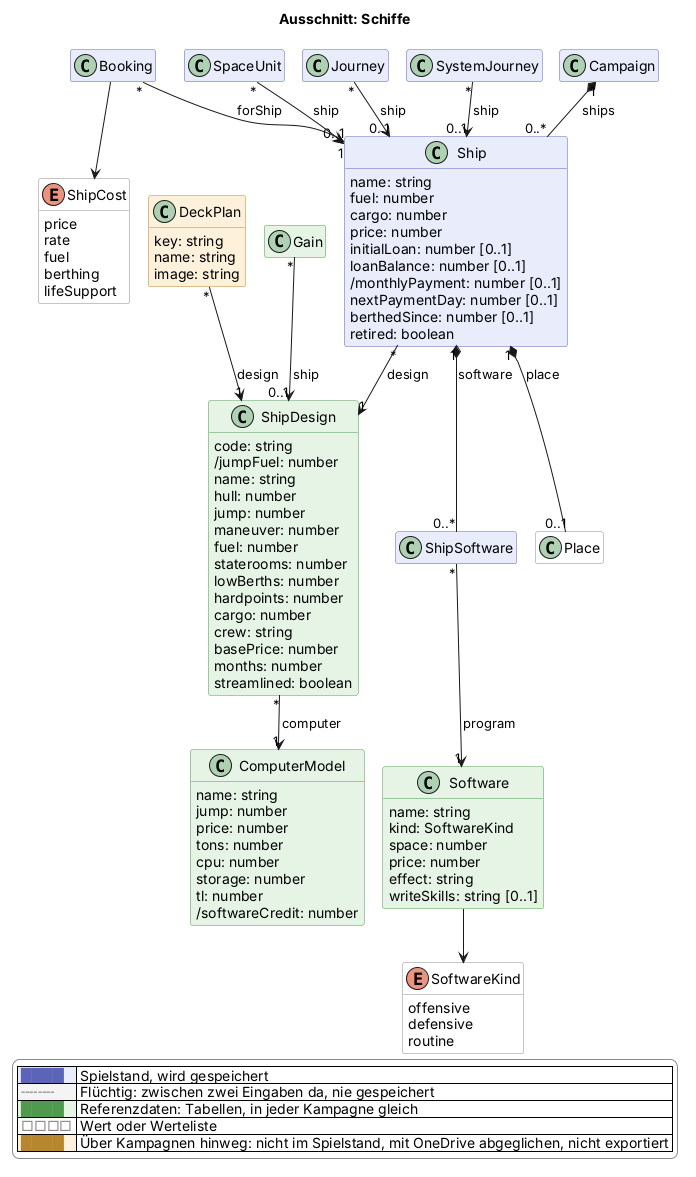
Above: docs/views/schiffe.png in scuzzar/SRE (PlantUML), before the change. Source of this version:
```plantuml
@startuml
!if %not(%variable_exists("$change"))
!$change = "*"
!endif
!function $marked($c)
!return $change == "*" || $change == $c
!endfunction
!function $new($c, $t)
!if $marked($c)
!return "<color:#d0021b><b>" + $t + "</b></color>"
!endif
!return $t
!endfunction
!procedure $gone($c, $t)
!if $marked($c)
<color:#d0021b><s>$t</s></color>
!endif
!endprocedure
!function $newClass($c)
!if $marked($c)
!return "#line:d0021b;line.bold"
!endif
!return ""
!endfunction
!function $newArrow($c)
!if $marked($c)
!return "[#d0021b,bold]"
!endif
!return ""
!endfunction
!function $goneArrow($c)
!if $marked($c)
!return "[#d0021b,dashed]"
!endif
!return ""
!endfunction
!pragma layout smetana
title Ausschnitt: Schiffe
hide empty members
hide methods
skinparam classAttributeIconSize 0
skinparam shadowing false
skinparam packageStyle rectangle
skinparam class {
  BackgroundColor #e8ecfb
  BorderColor #5b64b8
  BackgroundColor<<transient>> #f4f4f4
  BorderColor<<transient>> #8a8a8a
  BackgroundColor<<reference>> #e6f4e6
  BorderColor<<reference>> #4f9a4f
  BackgroundColor<<value>> #ffffff
  BorderColor<<value>> #8a8a8a
  BackgroundColor<<browser>> #fdf1dc
  BorderColor<<browser>> #b8862e
}
skinparam legendBackgroundColor #ffffff
skinparam legendBorderColor #8a8a8a
<style>
classDiagram {
  class {
    .transient {
      LineStyle 5-3
    }
  }
}
</style>
hide <<transient>> stereotype
hide <<reference>> stereotype
hide <<value>> stereotype
hide <<browser>> stereotype

  class Campaign $kampagne
  class Booking $shop

  class Ship $schiffe {
    name: string
    fuel: number
    cargo: number
    price: number
    initialLoan: number [0..1]
    loanBalance: number [0..1]
    /monthlyPayment: number [0..1]
    nextPaymentDay: number [0..1]
    berthedSince: number [0..1]
    retired: boolean
  }
  enum ShipCost <<value>> $schiffe {
    price
    rate
    fuel
    berthing
    lifeSupport
  }
  class ShipSoftware $schiffe {
  }
  class ShipDesign <<reference>> $schiffe {
    code: string
    /jumpFuel: number
    name: string
    hull: number
    jump: number
    maneuver: number
    fuel: number
    staterooms: number
    lowBerths: number
    hardpoints: number
    cargo: number
    crew: string
    basePrice: number
    months: number
    streamlined: boolean
  }
  class ComputerModel <<reference>> $schiffe {
    name: string
    jump: number
    price: number
    tons: number
    cpu: number
    storage: number
    tl: number
    /softwareCredit: number
  }
  class Software <<reference>> $schiffe {
    name: string
    kind: SoftwareKind
    space: number
    price: number
    effect: string
    writeSkills: string [0..1]
  }
  enum SoftwareKind <<value>> $schiffe {
    offensive
    defensive
    routine
  }
  class DeckPlan <<browser>> $schiffe {
    key: string
    name: string
    image: string
  }

  class SpaceUnit $raum





  class Journey $reise
  class SystemJourney $reise


  class Gain <<reference>> $erschaffung
  class Place <<value>> $oberflaeche


Campaign "1" *-- "0..*" Ship : ships
Ship "*" --> "1" ShipDesign : design
Ship "1" *-- "0..*" ShipSoftware : software
Ship "1" *-- "0..1" Place : place
ShipSoftware "*" --> "1" Software : program
Software --> SoftwareKind
ShipDesign "*" --> "1" ComputerModel : computer
Booking "*" --> "0..1" Ship : forShip

SpaceUnit "*" --> "1" Ship : ship
Gain "*" --> "0..1" ShipDesign : ship
DeckPlan "*" --> "1" ShipDesign : design

Journey "*" --> "0..1" Ship : ship
Booking --> ShipCost
SystemJourney "*" --> "0..1" Ship : ship












legend right
  |<#e8ecfb> <color:#5b64b8>████</color> | Spielstand, wird gespeichert |
  |<#f4f4f4> <color:#8a8a8a>╌╌╌╌</color> | Flüchtig: zwischen zwei Eingaben da, nie gespeichert |
  |<#e6f4e6> <color:#4f9a4f>████</color> | Referenzdaten: Tabellen, in jeder Kampagne gleich |
  |<#ffffff> <color:#8a8a8a>□□□□</color> | Wert oder Werteliste |
  |<#fdf1dc> <color:#b8862e>████</color> | Über Kampagnen hinweg: nicht im Spielstand, mit OneDrive abgeglichen, nicht exportiert |
endlegend
@enduml
```
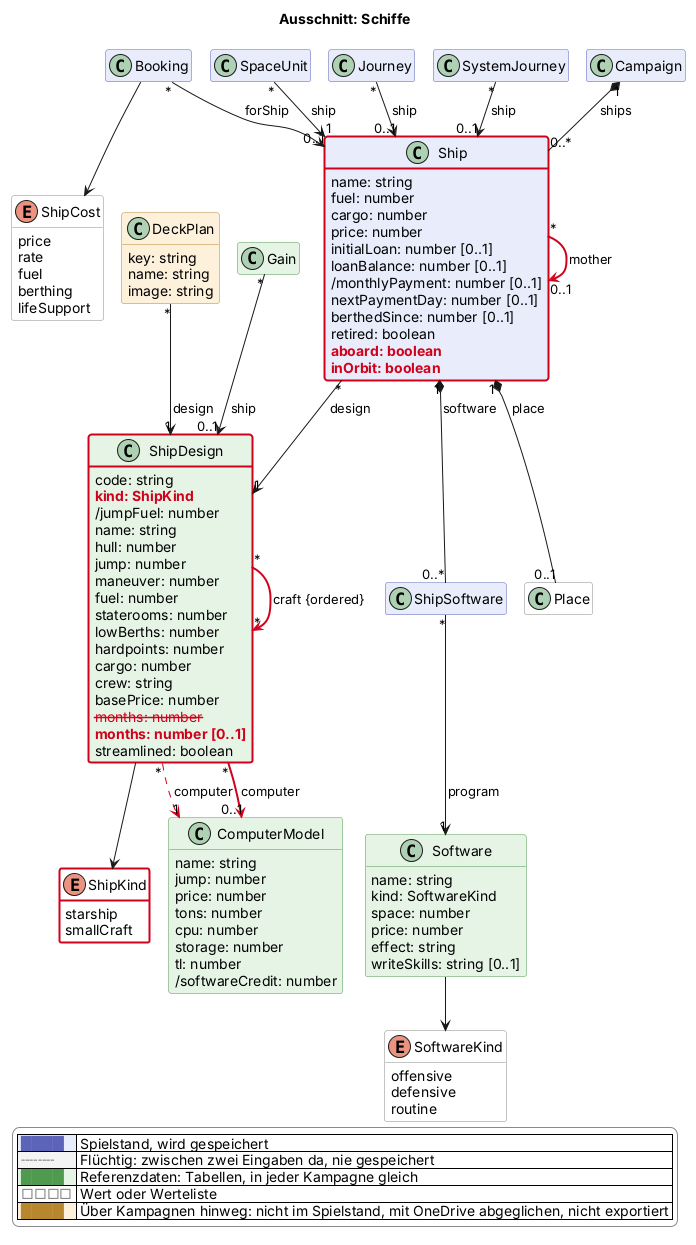
The same diagram one commit later.

Diff of the diagram source:
```diff
@@ -83,6 +83,8 @@
     nextPaymentDay: number [0..1]
     berthedSince: number [0..1]
     retired: boolean
+    $new("2026-11-21b", "aboard: boolean")
+    $new("2026-11-21b", "inOrbit: boolean")
   }
   enum ShipCost <<value>> $schiffe {
     price
@@ -95,6 +97,7 @@
   }
   class ShipDesign <<reference>> $schiffe {
     code: string
+    $new("2026-11-21b", "kind: ShipKind")
     /jumpFuel: number
     name: string
     hull: number
@@ -107,8 +110,13 @@
     cargo: number
     crew: string
     basePrice: number
-    months: number
+    $gone("2026-11-21b", "months: number")
+    $new("2026-11-21b", "months: number [0..1]")
     streamlined: boolean
+  }
+  enum ShipKind <<value>> $schiffe $newClass("2026-11-21b") {
+    starship
+    smallCraft
   }
   class ComputerModel <<reference>> $schiffe {
     name: string
@@ -159,7 +167,11 @@
 Ship "1" *-- "0..1" Place : place
 ShipSoftware "*" --> "1" Software : program
 Software --> SoftwareKind
-ShipDesign "*" --> "1" ComputerModel : computer
+ShipDesign "*" -$goneArrow("2026-11-21b")-> "1" ComputerModel : computer
+ShipDesign "*" -$newArrow("2026-11-21b")-> "0..1" ComputerModel : computer
+ShipDesign --> ShipKind
+ShipDesign "*" -$newArrow("2026-11-21b")-> "*" ShipDesign : craft {ordered}
+Ship "*" -$newArrow("2026-11-21b")-> "0..1" Ship : mother
 Booking "*" --> "0..1" Ship : forShip
 
 SpaceUnit "*" --> "1" Ship : ship
@@ -188,4 +200,6 @@
   |<#ffffff> <color:#8a8a8a>□□□□</color> | Wert oder Werteliste |
   |<#fdf1dc> <color:#b8862e>████</color> | Über Kampagnen hinweg: nicht im Spielstand, mit OneDrive abgeglichen, nicht exportiert |
 endlegend
+class Ship #line:d0021b;line.bold
+class ShipDesign #line:d0021b;line.bold
 @enduml
```
